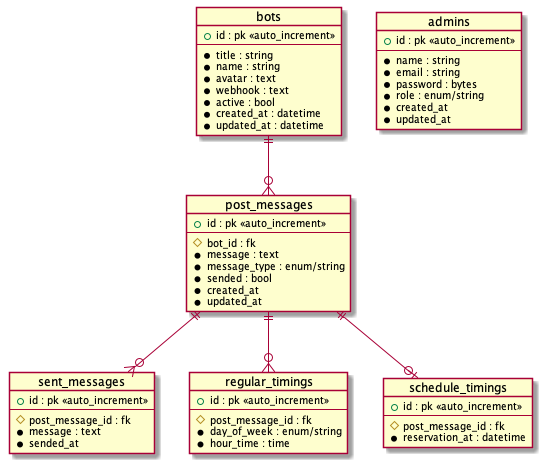
This is document/design/er.png from takemo101/dc-scheduler, a PlantUML export, as it was before one commit.
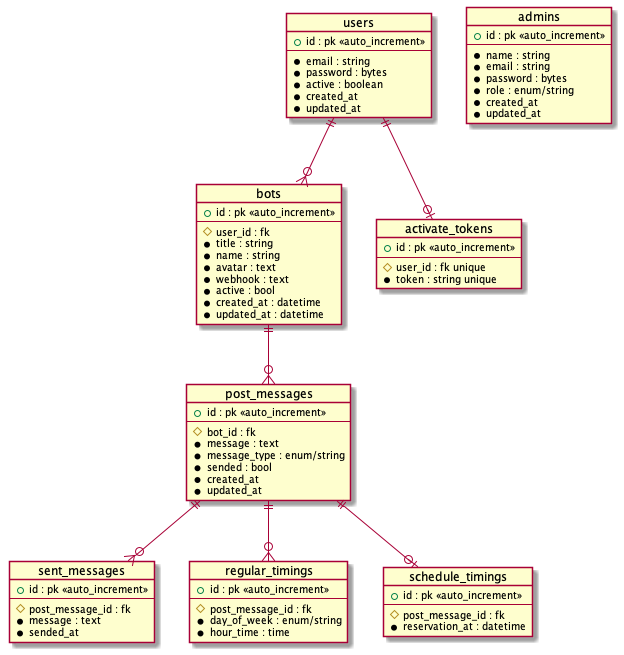
After the change.

Diff of the diagram source:
```diff
@@ -3,6 +3,7 @@
 object bots {
     + id : pk <<auto_increment>>
     --
+    # user_id : fk
     * title : string
     * name : string
     * avatar : text
@@ -58,6 +59,25 @@
     * updated_at
 }
 
+object users {
+    + id : pk <<auto_increment>>
+    --
+    * email : string
+    * password : bytes
+    * active : boolean
+    * created_at
+    * updated_at
+}
+
+object activate_tokens {
+    + id : pk <<auto_increment>>
+    --
+    # user_id : fk unique
+    * token : string unique
+}
+
+users ||--o| activate_tokens
+users ||--o{ bots
 bots ||--o{ post_messages
 post_messages ||--o{ regular_timings
 post_messages ||--o| schedule_timings
```
